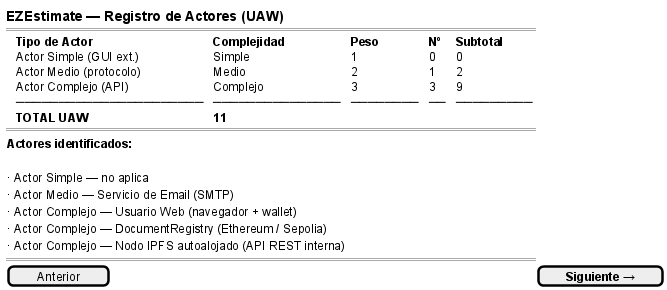
Before: anexos/diagramas/ezestimate-actors.png, a diagram exported from PlantUML (ErDeivih/DocumentChain).
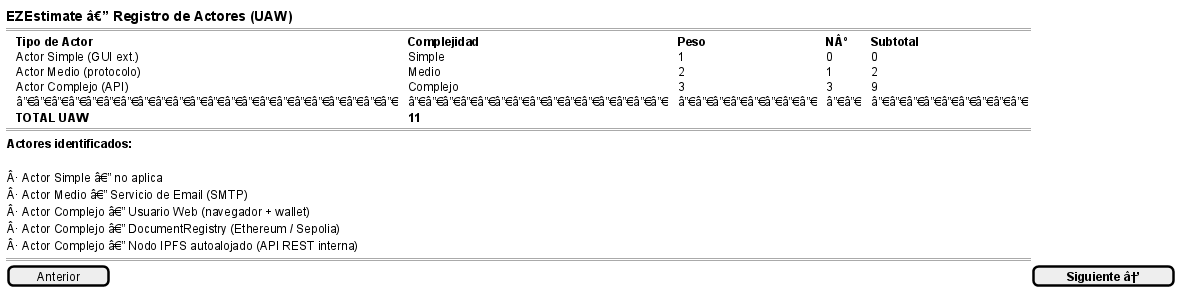
After the change.

What changed in the source:
```diff
@@ -1,26 +1,26 @@
 @startsalt
 {
-  <b><size:14>EZEstimate — Registro de Actores (UAW)</size></b>
+  <b><size:14>EZEstimate â€” Registro de Actores (UAW)</size></b>
   ==
   {T
-   + <b>Tipo de Actor</b>       | <b>Complejidad</b> | <b>Peso</b> | <b>Nº</b> | <b>Subtotal</b>
+   + <b>Tipo de Actor</b>       | <b>Complejidad</b> | <b>Peso</b> | <b>NÂº</b> | <b>Subtotal</b>
    + Actor Simple (GUI ext.) | Simple          | 1        | 0  | 0
    + Actor Medio (protocolo) | Medio           | 2        | 1  | 2
    + Actor Complejo (API)    | Complejo        | 3        | 3  | 9
-   + ──────────────────────  | ─────────────── | ──────── | ── | ─────────
+   + â”€â”€â”€â”€â”€â”€â”€â”€â”€â”€â”€â”€â”€â”€â”€â”€â”€â”€â”€â”€â”€â”€  | â”€â”€â”€â”€â”€â”€â”€â”€â”€â”€â”€â”€â”€â”€â”€ | â”€â”€â”€â”€â”€â”€â”€â”€ | â”€â”€ | â”€â”€â”€â”€â”€â”€â”€â”€â”€
    + <b>TOTAL UAW</b>            |                 |          |    | <b>11</b>
   }
   ==
   {
     <b>Actores identificados:</b>
     .
-    · Actor Simple — no aplica
-    · Actor Medio — Servicio de Email (SMTP)
-    · Actor Complejo — Usuario Web (navegador + wallet)
-    · Actor Complejo — DocumentRegistry (Ethereum / Sepolia)
-    · Actor Complejo — Nodo IPFS autoalojado (API REST interna)
+    Â· Actor Simple â€” no aplica
+    Â· Actor Medio â€” Servicio de Email (SMTP)
+    Â· Actor Complejo â€” Usuario Web (navegador + wallet)
+    Â· Actor Complejo â€” DocumentRegistry (Ethereum / Sepolia)
+    Â· Actor Complejo â€” Nodo IPFS autoalojado (API REST interna)
   }
   ==
-  [  Anterior  ] | [  <b>Siguiente →</b>  ]
+  [  Anterior  ] | [  <b>Siguiente â†’</b>  ]
 }
 @endsalt
```
